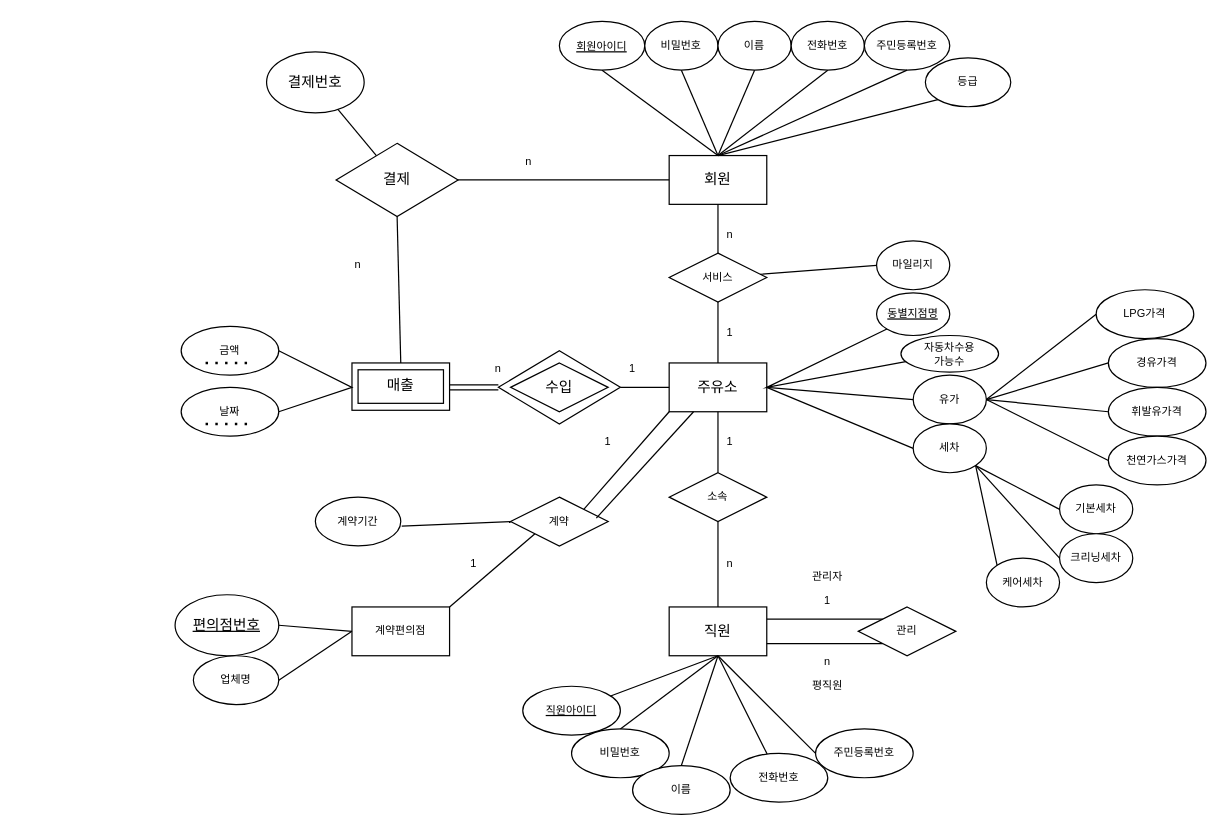
Above: Untitled Diagram.drawio in junki1912/DataBase_base (draw.io), before the change. Source tidied: cells renumbered, new cells numbered last; positions are measured from the earlier drawing's top-left corner, leaving out a move shared by most shapes. Both pictures are drawn from the tidied source at 122%, with x=0, y=0 at pixel (174, 21).
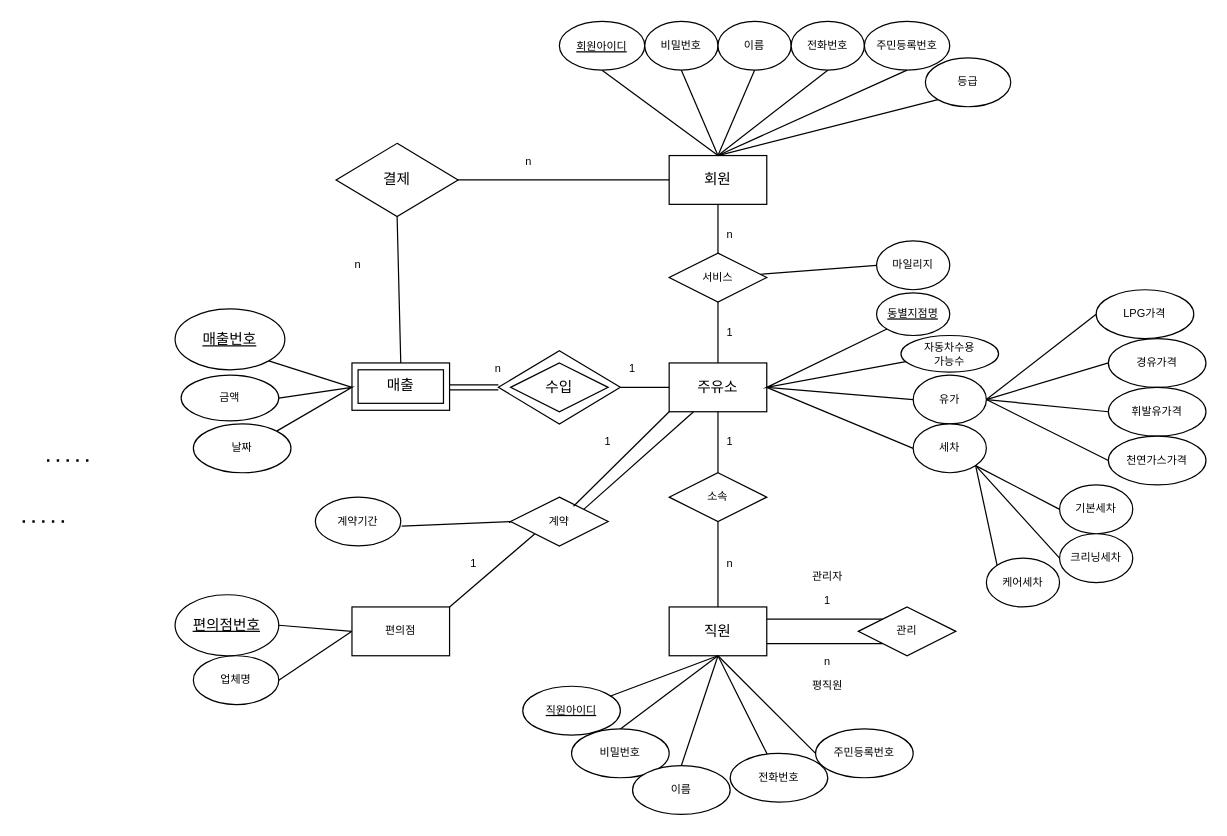
The same diagram, later.

The change refers to these unchanged cells:
```xml
<mxCell id="28" value="주유소" style="rounded=0;whiteSpace=wrap;html=1;" parent="1" vertex="1">
  <mxGeometry x="405" y="280" width="80" height="40" as="geometry" />
</mxCell>
<mxCell id="81" value="계약" style="rhombus;whiteSpace=wrap;html=1;fontSize=9;" parent="1" vertex="1">
  <mxGeometry x="275" y="390" width="80" height="40" as="geometry" />
</mxCell>
```

Diff of the diagram source:
```diff
@@
-    <mxCell id="68" style="endArrow=none;html=1;rounded=0;fontSize=9;exitX=1;exitY=0.5;exitDx=0;exitDy=0;" parent="1" edge="1">
+    <mxCell id="68" style="endArrow=none;html=1;rounded=0;fontSize=9;exitX=1;exitY=0.5;exitDx=0;exitDy=0;entryX=1;entryY=0;entryDx=0;entryDy=0;" parent="1" edge="1" source="69" target="73">
       <mxGeometry relative="1" as="geometry">
-        <mxPoint x="85" y="270" as="sourcePoint" />
-        <mxPoint x="85" y="320" as="targetPoint" />
         <Array as="points">
           <mxPoint x="145" y="300" />
         </Array>
       </mxGeometry>
     </mxCell>
     <mxCell id="69" value="금액" style="ellipse;whiteSpace=wrap;html=1;fontSize=9;" parent="1" vertex="1">
-      <mxGeometry x="5" y="250" width="80" height="40" as="geometry" />
+      <mxGeometry x="5" y="290" width="80" height="37.5" as="geometry" />
     </mxCell>
@@
     <mxCell id="72" style="endArrow=none;dashed=1;html=1;dashPattern=1 3;strokeWidth=2;rounded=0;fontSize=9;" parent="1" edge="1">
       <mxGeometry relative="1" as="geometry">
-        <mxPoint x="25" y="280" as="sourcePoint" />
-        <mxPoint x="65" y="280" as="targetPoint" />
+        <mxPoint x="-105" y="360" as="sourcePoint" />
+        <mxPoint x="-65" y="360" as="targetPoint" />
       </mxGeometry>
     </mxCell>
     <mxCell id="73" value="날짜" style="ellipse;whiteSpace=wrap;html=1;fontSize=9;" parent="1" vertex="1">
-      <mxGeometry x="5" y="300" width="80" height="40" as="geometry" />
+      <mxGeometry x="15" y="330" width="80" height="40" as="geometry" />
     </mxCell>
     <mxCell id="74" style="endArrow=none;dashed=1;html=1;dashPattern=1 3;strokeWidth=2;rounded=0;fontSize=9;" parent="1" edge="1">
       <mxGeometry relative="1" as="geometry">
-        <mxPoint x="25" y="330" as="sourcePoint" />
-        <mxPoint x="65" y="330" as="targetPoint" />
+        <mxPoint x="-125" y="410" as="sourcePoint" />
+        <mxPoint x="-85" y="410" as="targetPoint" />
       </mxGeometry>
     </mxCell>
@@
-    <mxCell id="76" value="계약편의점" style="rounded=0;whiteSpace=wrap;html=1;fontSize=9;" parent="1" vertex="1">
+    <mxCell id="76" value="편의점" style="rounded=0;whiteSpace=wrap;html=1;fontSize=9;" parent="1" vertex="1">
       <mxGeometry x="145" y="480" width="80" height="40" as="geometry" />
     </mxCell>
@@
-    <mxCell id="83" style="endArrow=none;html=1;rounded=0;fontSize=9;exitX=1;exitY=0;exitDx=0;exitDy=0;" parent="1" edge="1" source="81">
+    <mxCell id="83" style="endArrow=none;html=1;rounded=0;fontSize=9;exitX=0.645;exitY=0.187;exitDx=0;exitDy=0;exitPerimeter=0;" parent="1" edge="1" source="81">
       <mxGeometry relative="1" as="geometry">
         <mxPoint x="405" y="320" as="targetPoint" />
       </mxGeometry>
     </mxCell>
@@
-    <mxCell id="95" value="결제번호" style="ellipse;whiteSpace=wrap;html=1;" parent="1" vertex="1">
-      <mxGeometry x="75" y="25" width="80" height="50" as="geometry" />
-    </mxCell>
-    <mxCell id="96" style="endArrow=none;html=1;rounded=0;" parent="1" edge="1" target="95">
-      <mxGeometry relative="1" as="geometry">
-        <mxPoint x="165" y="110" as="sourcePoint" />
-      </mxGeometry>
-    </mxCell>
@@
-    <mxCell id="99" style="endArrow=none;html=1;rounded=0;exitX=0.879;exitY=0.429;exitDx=0;exitDy=0;entryX=0.25;entryY=1;entryDx=0;entryDy=0;exitPerimeter=0;" parent="1" edge="1" source="81" target="28">
+    <mxCell id="99" style="endArrow=none;html=1;rounded=0;exitX=1;exitY=0;exitDx=0;exitDy=0;entryX=0.25;entryY=1;entryDx=0;entryDy=0;" parent="1" edge="1" source="81" target="28">
       <mxGeometry relative="1" as="geometry" />
     </mxCell>
+    <mxCell id="100" value="&lt;u&gt;매출번호&lt;/u&gt;" style="ellipse;whiteSpace=wrap;html=1;" parent="1" vertex="1">
+      <mxGeometry y="235.6" width="90" height="50" as="geometry" />
+    </mxCell>
+    <mxCell id="101" style="endArrow=none;html=1;rounded=0;entryX=1;entryY=1;entryDx=0;entryDy=0;" parent="1" edge="1" target="100">
+      <mxGeometry relative="1" as="geometry">
+        <mxPoint x="145" y="300" as="sourcePoint" />
+      </mxGeometry>
+    </mxCell>
```
